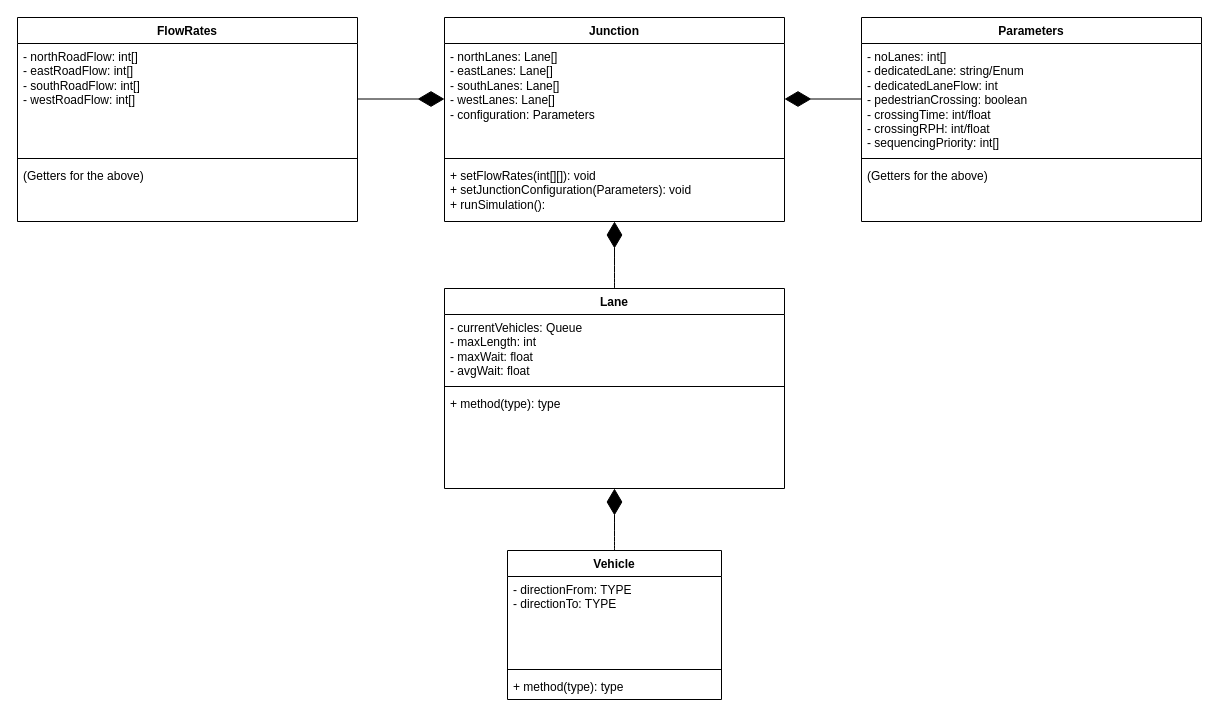
The draw.io diagram deliverables/planningDesign/JunctionSimulationClassDiagram.drawio in antonizyla/cs261, before the edit. Source tidied: cells renumbered, new cells numbered last; positions are measured from the earlier drawing's top-left corner, leaving out a move shared by most shapes. Both pictures are drawn from the tidied source at 100%, with x=0, y=0 at pixel (17, 17).
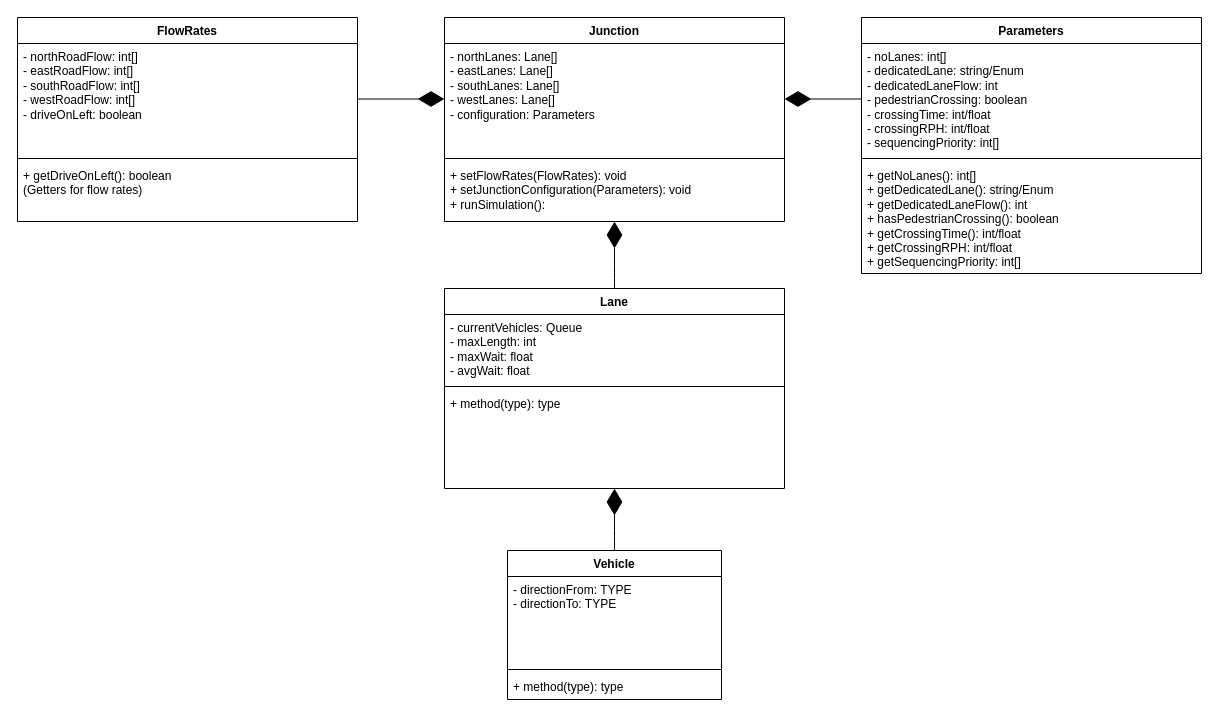
The same diagram, later.

Commit message (it also covers changes not shown here):
Updated Class Diagram

The change refers to these unchanged cells:
```xml
<mxCell id="6" value="Junction" style="swimlane;fontStyle=1;align=center;verticalAlign=top;horizontal=1;startSize=26;whiteSpace=wrap;html=1;" parent="1" vertex="1">
  <mxGeometry x="427" width="340" height="204" as="geometry" />
</mxCell>
<mxCell id="21" value="FlowRates" style="swimlane;fontStyle=1;align=center;verticalAlign=top;horizontal=1;startSize=26;whiteSpace=wrap;html=1;" parent="1" vertex="1">
  <mxGeometry width="340" height="204" as="geometry" />
</mxCell>
```

Change to the diagram source:
```diff
@@
-    <mxCell id="9" value="&lt;div&gt;+ setFlowRates(int[][]): void&lt;/div&gt;&lt;div&gt;+ setJunctionConfiguration(Parameters): void&lt;/div&gt;&lt;div&gt;+ runSimulation(): &lt;br&gt;&lt;/div&gt;" style="text;strokeColor=none;fillColor=none;align=left;verticalAlign=top;spacingLeft=4;spacingRight=4;overflow=hidden;whiteSpace=wrap;html=1;" parent="6" vertex="1">
+    <mxCell id="9" value="&lt;div&gt;+ setFlowRates(FlowRates): void&lt;/div&gt;&lt;div&gt;+ setJunctionConfiguration(Parameters): void&lt;/div&gt;&lt;div&gt;+ runSimulation(): &lt;br&gt;&lt;/div&gt;" style="text;strokeColor=none;fillColor=none;align=left;verticalAlign=top;spacingLeft=4;spacingRight=4;overflow=hidden;whiteSpace=wrap;html=1;" parent="6" vertex="1">
       <mxGeometry y="145" width="340" height="59" as="geometry" />
     </mxCell>
@@
     <mxCell id="16" value="Parameters" style="swimlane;fontStyle=1;align=center;verticalAlign=top;horizontal=1;startSize=26;whiteSpace=wrap;html=1;" parent="1" vertex="1">
-      <mxGeometry x="844" width="340" height="204" as="geometry" />
+      <mxGeometry x="844" width="340" height="256" as="geometry" />
     </mxCell>
@@
-    <mxCell id="19" value="(Getters for the above)" style="text;strokeColor=none;fillColor=none;align=left;verticalAlign=top;spacingLeft=4;spacingRight=4;overflow=hidden;whiteSpace=wrap;html=1;" parent="16" vertex="1">
-      <mxGeometry y="145" width="340" height="59" as="geometry" />
+    <mxCell id="19" value="&lt;div&gt;+ getNoLanes(): int[]&lt;/div&gt;&lt;div&gt;+ getDedicatedLane(): string/Enum&lt;br&gt;&lt;/div&gt;&lt;div&gt;+ getDedicatedLaneFlow(): int&lt;br&gt;&lt;/div&gt;&lt;div&gt;+ hasPedestrianCrossing(): boolean&lt;br&gt;&lt;/div&gt;&lt;div&gt;+ getCrossingTime(): int/float&lt;/div&gt;&lt;div&gt;+ getCrossingRPH: int/float&lt;/div&gt;&lt;div&gt;+ getSequencingPriority: int[]&lt;br&gt;&lt;/div&gt;" style="text;strokeColor=none;fillColor=none;align=left;verticalAlign=top;spacingLeft=4;spacingRight=4;overflow=hidden;whiteSpace=wrap;html=1;" parent="16" vertex="1">
+      <mxGeometry y="145" width="340" height="111" as="geometry" />
     </mxCell>
@@
-    <mxCell id="22" value="&lt;div&gt;- northRoadFlow: int[]&lt;br&gt;&lt;/div&gt;&lt;div&gt;- eastRoadFlow: int[]&lt;br&gt;&lt;/div&gt;&lt;div&gt;- southRoadFlow: int[]&lt;/div&gt;&lt;div&gt;- westRoadFlow: int[]&lt;br&gt;&lt;/div&gt;" style="text;strokeColor=none;fillColor=none;align=left;verticalAlign=top;spacingLeft=4;spacingRight=4;overflow=hidden;points=[[0,0.5],[1,0.5]];portConstraint=eastwest;whiteSpace=wrap;html=1;" parent="21" vertex="1">
+    <mxCell id="22" value="&lt;div&gt;- northRoadFlow: int[]&lt;br&gt;&lt;/div&gt;&lt;div&gt;- eastRoadFlow: int[]&lt;br&gt;&lt;/div&gt;&lt;div&gt;- southRoadFlow: int[]&lt;/div&gt;&lt;div&gt;- westRoadFlow: int[]&lt;/div&gt;&lt;div&gt;- driveOnLeft: boolean&lt;br&gt;&lt;/div&gt;" style="text;strokeColor=none;fillColor=none;align=left;verticalAlign=top;spacingLeft=4;spacingRight=4;overflow=hidden;points=[[0,0.5],[1,0.5]];portConstraint=eastwest;whiteSpace=wrap;html=1;" parent="21" vertex="1">
       <mxGeometry y="26" width="340" height="111" as="geometry" />
     </mxCell>
@@
-    <mxCell id="24" value="(Getters for the above)" style="text;strokeColor=none;fillColor=none;align=left;verticalAlign=top;spacingLeft=4;spacingRight=4;overflow=hidden;whiteSpace=wrap;html=1;" parent="21" vertex="1">
+    <mxCell id="24" value="&lt;div&gt;+ getDriveOnLeft(): boolean&lt;/div&gt;&lt;div&gt;(Getters for flow rates)&lt;br&gt;&lt;/div&gt;" style="text;strokeColor=none;fillColor=none;align=left;verticalAlign=top;spacingLeft=4;spacingRight=4;overflow=hidden;whiteSpace=wrap;html=1;" parent="21" vertex="1">
       <mxGeometry y="145" width="340" height="59" as="geometry" />
     </mxCell>
```
